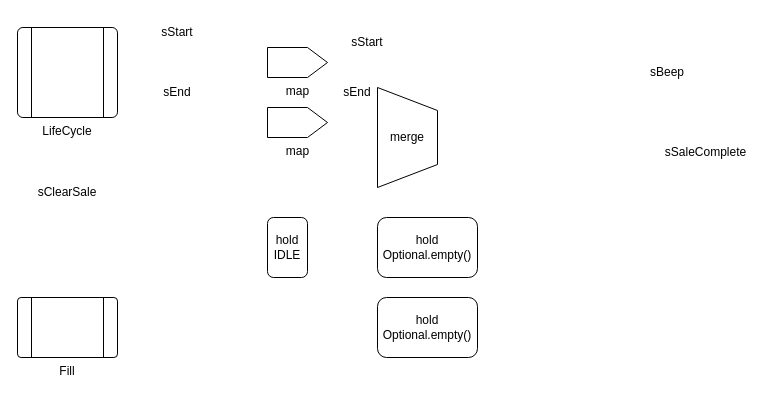
suzuki-taro-29/FRP-chap4-diagrams keeps this draw.io diagram as NotifyPointOfSale.drawio. Above is the earlier version. Source tidied: cells renumbered, new cells numbered last; positions are measured from the earlier drawing's top-left corner, leaving out a move shared by most shapes. Both pictures are drawn from the tidied source at 100%, with x=0, y=0 at pixel (17, 17).
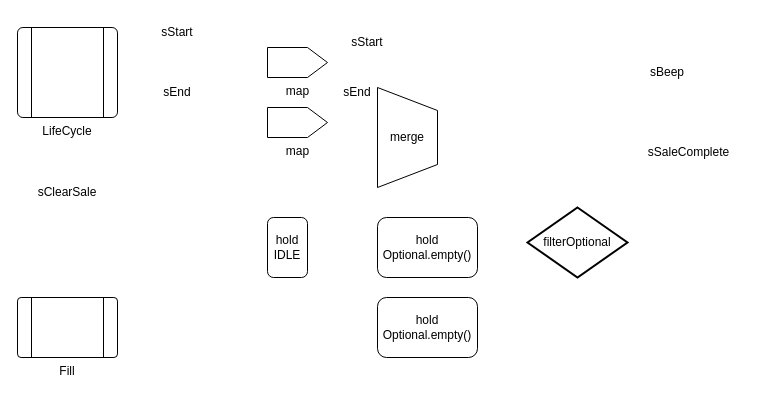
The same diagram, later.

Commit message (it also covers changes not shown here):
NotifyPointOfSale.drawio を更新します

The edit, as a diff of the source:
```diff
@@
 <mxGraphModel>
   <root>
     <mxCell id="0" />
     <mxCell id="1" parent="0" />
     <mxCell id="2" value="LifeCycle" style="verticalLabelPosition=bottom;verticalAlign=top;html=1;shape=process;whiteSpace=wrap;rounded=1;size=0.14;arcSize=6;" parent="1" vertex="1">
       <mxGeometry y="10" width="100" height="90" as="geometry" />
     </mxCell>
     <mxCell id="3" value="Fill" style="verticalLabelPosition=bottom;verticalAlign=top;html=1;shape=process;whiteSpace=wrap;rounded=1;size=0.14;arcSize=6;" parent="1" vertex="1">
       <mxGeometry y="280" width="100" height="60" as="geometry" />
     </mxCell>
     <mxCell id="4" value="sClearSale" style="text;html=1;align=center;verticalAlign=middle;whiteSpace=wrap;rounded=0;" parent="1" vertex="1">
       <mxGeometry x="20" y="160" width="60" height="30" as="geometry" />
     </mxCell>
     <mxCell id="5" value="hold&lt;div&gt;IDLE&lt;/div&gt;" style="rounded=1;whiteSpace=wrap;html=1;" parent="1" vertex="1">
       <mxGeometry x="250" y="200" width="40" height="60" as="geometry" />
     </mxCell>
     <mxCell id="6" value="map" style="verticalLabelPosition=bottom;verticalAlign=top;html=1;shape=offPageConnector;rounded=0;size=0.3333333333333333;direction=north;" parent="1" vertex="1">
       <mxGeometry x="250" y="30" width="60" height="30" as="geometry" />
     </mxCell>
     <mxCell id="7" value="merge" style="verticalLabelPosition=middle;verticalAlign=middle;html=1;shape=trapezoid;perimeter=trapezoidPerimeter;whiteSpace=wrap;size=0.23;arcSize=10;flipV=1;labelPosition=center;align=center;direction=south;" parent="1" vertex="1">
       <mxGeometry x="360" y="70" width="60" height="100" as="geometry" />
     </mxCell>
     <mxCell id="8" value="map" style="verticalLabelPosition=bottom;verticalAlign=top;html=1;shape=offPageConnector;rounded=0;size=0.3333333333333333;direction=north;" parent="1" vertex="1">
       <mxGeometry x="250" y="90" width="60" height="30" as="geometry" />
     </mxCell>
     <mxCell id="9" value="sStart" style="text;html=1;align=center;verticalAlign=middle;whiteSpace=wrap;rounded=0;" parent="1" vertex="1">
       <mxGeometry x="130" width="60" height="30" as="geometry" />
     </mxCell>
     <mxCell id="10" value="sEnd" style="text;html=1;align=center;verticalAlign=middle;whiteSpace=wrap;rounded=0;" parent="1" vertex="1">
       <mxGeometry x="130" y="60" width="60" height="30" as="geometry" />
     </mxCell>
     <mxCell id="11" value="hold&lt;div&gt;Optional.empty()&lt;/div&gt;" style="rounded=1;whiteSpace=wrap;html=1;" parent="1" vertex="1">
       <mxGeometry x="360" y="200" width="100" height="60" as="geometry" />
     </mxCell>
     <mxCell id="12" value="hold&lt;div&gt;Optional.empty()&lt;/div&gt;" style="rounded=1;whiteSpace=wrap;html=1;" parent="1" vertex="1">
       <mxGeometry x="360" y="280" width="100" height="60" as="geometry" />
     </mxCell>
     <mxCell id="13" value="sBeep" style="text;html=1;align=center;verticalAlign=middle;whiteSpace=wrap;rounded=0;" parent="1" vertex="1">
       <mxGeometry x="630" y="40" width="40" height="30" as="geometry" />
     </mxCell>
     <mxCell id="14" value="sSaleComplete" style="text;html=1;align=center;verticalAlign=middle;whiteSpace=wrap;rounded=0;" parent="1" vertex="1">
-      <mxGeometry x="647" y="120" width="83" height="30" as="geometry" />
+      <mxGeometry x="630" y="120" width="83" height="30" as="geometry" />
     </mxCell>
     <mxCell id="15" value="sStart" style="text;html=1;align=center;verticalAlign=middle;whiteSpace=wrap;rounded=0;" parent="1" vertex="1">
       <mxGeometry x="320" y="10" width="60" height="30" as="geometry" />
     </mxCell>
     <mxCell id="16" value="sEnd" style="text;html=1;align=center;verticalAlign=middle;whiteSpace=wrap;rounded=0;" parent="1" vertex="1">
       <mxGeometry x="310" y="60" width="60" height="30" as="geometry" />
     </mxCell>
+    <mxCell id="17" value="filterOptional" style="strokeWidth=2;html=1;shape=mxgraph.flowchart.decision;whiteSpace=wrap;" parent="1" vertex="1">
+      <mxGeometry x="510" y="190" width="100" height="70" as="geometry" />
+    </mxCell>
   </root>
 </mxGraphModel>
```
